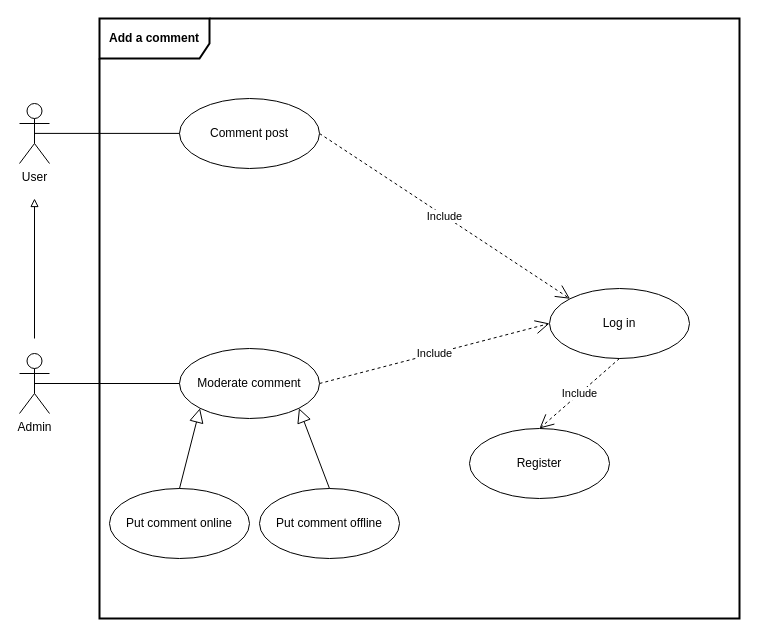
klaxurit/JuncaHugo_5_24012022 keeps this draw.io diagram as page "2-Use case - Add a comment" (2 of 7) of Cas d'utilisations.drawio. Above is the earlier version. Source tidied: cells renumbered, new cells numbered last; positions are measured from the earlier drawing's top-left corner, leaving out a move shared by most shapes. Both pictures are drawn from the tidied source at 100%, with x=0, y=0 at pixel (19, 18).
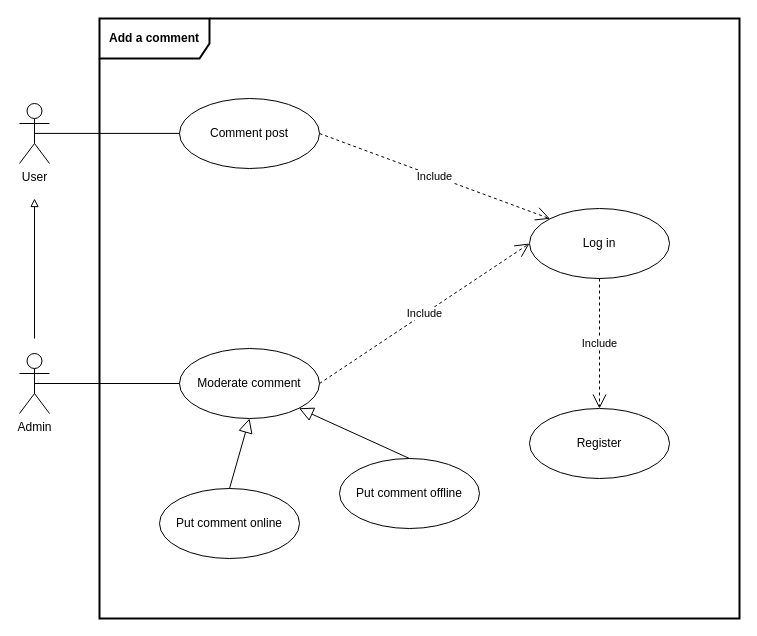
After the change.

Unchanged cells that the change refers to:
```xml
<mxCell id="7" value="Moderate comment" style="ellipse;whiteSpace=wrap;html=1;" parent="1" vertex="1">
  <mxGeometry x="160" y="330" width="140" height="70" as="geometry" />
</mxCell>
```

The edit, as a diff of the source:
```diff
@@
     <mxCell id="6" value="Log in" style="ellipse;whiteSpace=wrap;html=1;" parent="1" vertex="1">
-      <mxGeometry x="530" y="270" width="140" height="70" as="geometry" />
+      <mxGeometry x="510" y="190" width="140" height="70" as="geometry" />
     </mxCell>
@@
     <mxCell id="11" value="Register" style="ellipse;whiteSpace=wrap;html=1;" parent="1" vertex="1">
-      <mxGeometry x="450" y="410" width="140" height="70" as="geometry" />
+      <mxGeometry x="510" y="390" width="140" height="70" as="geometry" />
     </mxCell>
@@
     <mxCell id="15" value="Put comment online" style="ellipse;whiteSpace=wrap;html=1;" parent="1" vertex="1">
-      <mxGeometry x="90" y="470" width="140" height="70" as="geometry" />
+      <mxGeometry x="140" y="470" width="140" height="70" as="geometry" />
     </mxCell>
     <mxCell id="16" value="Put comment offline" style="ellipse;whiteSpace=wrap;html=1;" parent="1" vertex="1">
-      <mxGeometry x="240" y="470" width="140" height="70" as="geometry" />
+      <mxGeometry x="320" y="440" width="140" height="70" as="geometry" />
     </mxCell>
-    <mxCell id="17" style="endArrow=block;endFill=0;endSize=12;html=1;rounded=0;exitX=0.5;exitY=0;exitDx=0;exitDy=0;entryX=0;entryY=1;entryDx=0;entryDy=0;" parent="1" edge="1" source="15" target="7">
+    <mxCell id="17" style="endArrow=block;endFill=0;endSize=12;html=1;rounded=0;exitX=0.5;exitY=0;exitDx=0;exitDy=0;entryX=0.5;entryY=1;entryDx=0;entryDy=0;" parent="1" edge="1" source="15" target="7">
       <mxGeometry relative="1" as="geometry" />
     </mxCell>
```
